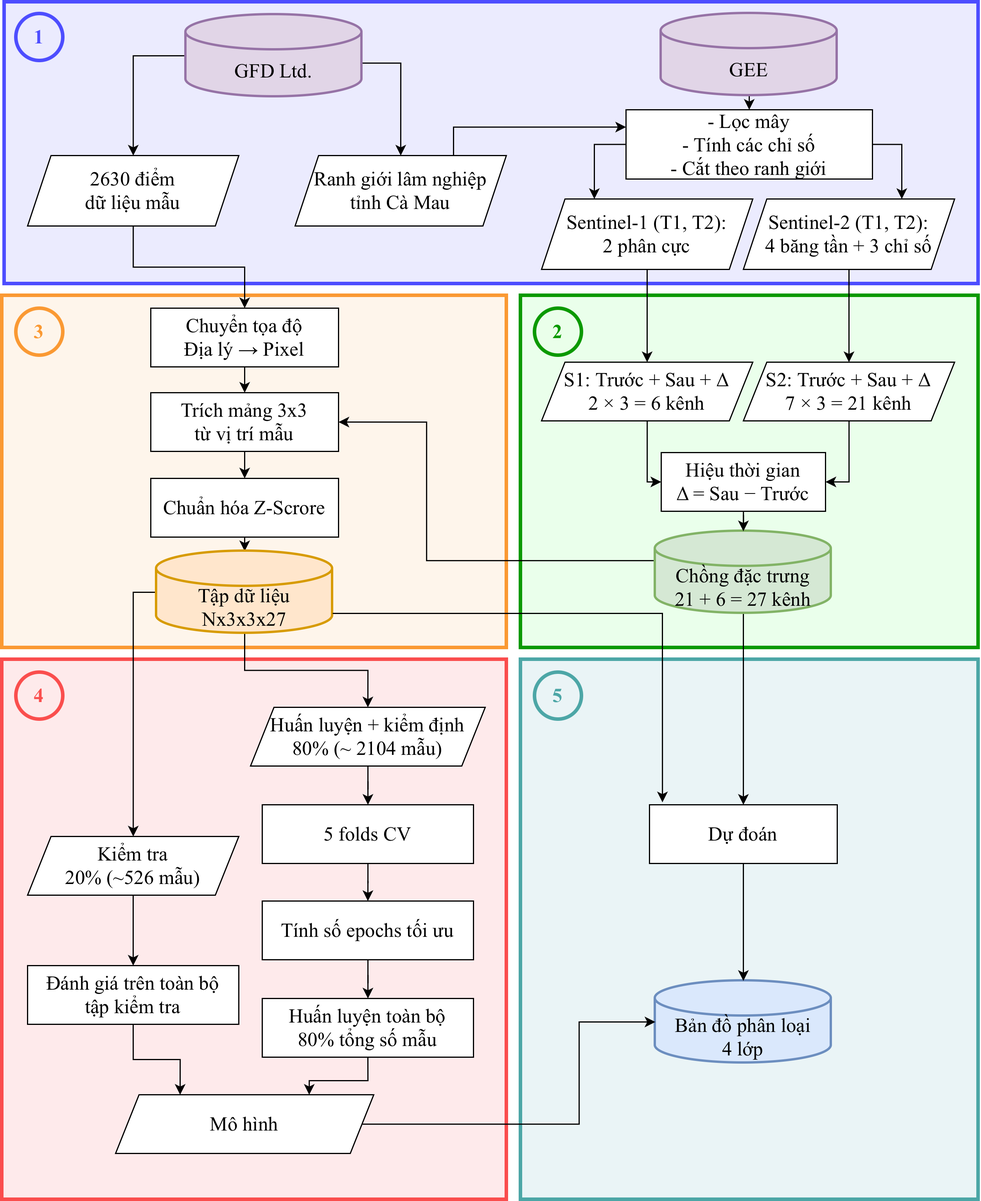
The draw.io diagram Bao-cao-thu-tap/img/chapter2/flowchart.png in ninhhaidang/ForestMonitoring-CaMau, before a commit. Source tidied: cells renumbered, new cells last; positions are measured from the earlier drawing's top-left corner, leaving out a move shared by most shapes.
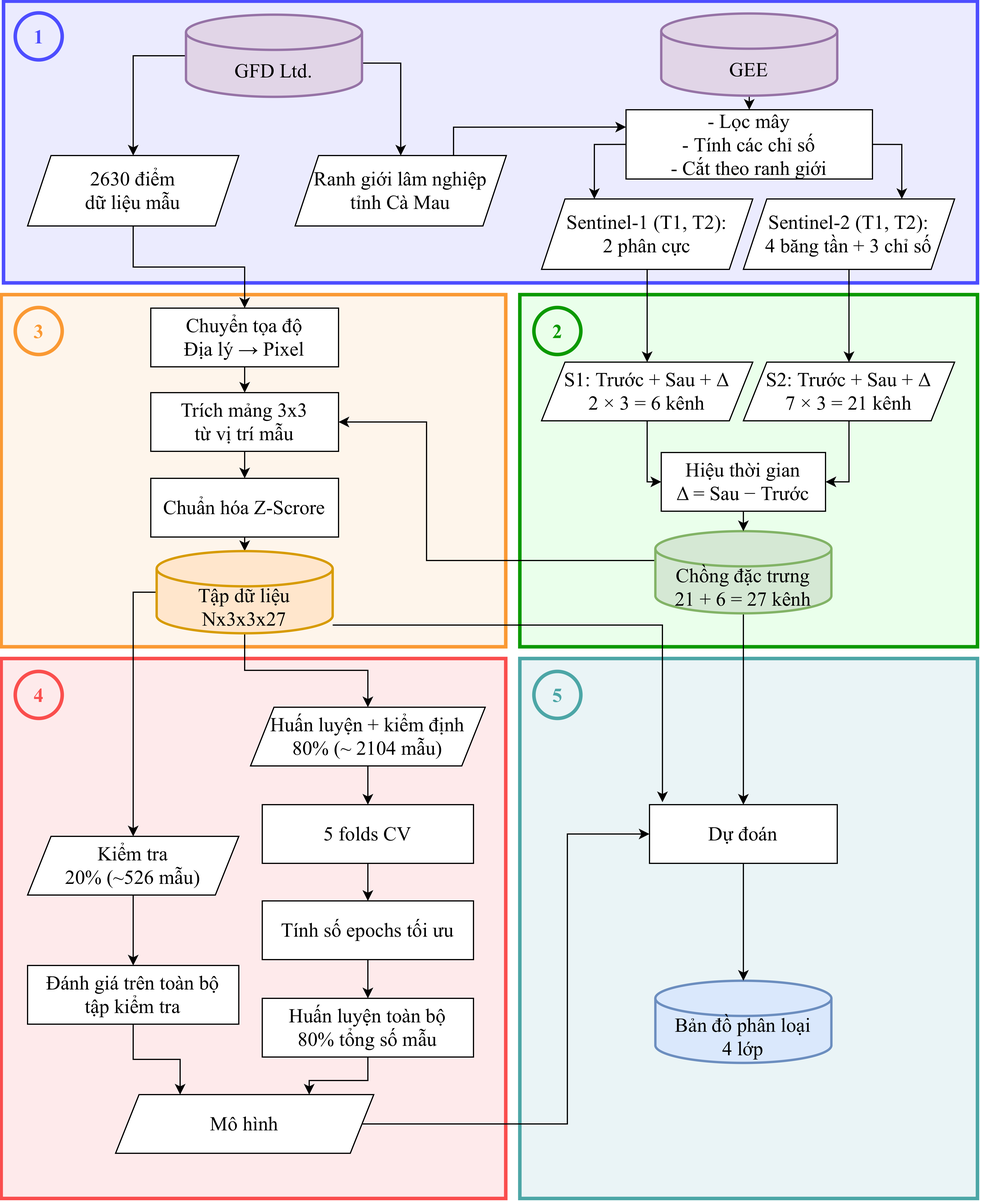
The same diagram one commit later.

Change to the diagram source:
```diff
@@ -178,7 +178,7 @@
     <mxCell id="56" style="edgeStyle=orthogonalEdgeStyle;rounded=0;jettySize=auto;html=1;entryX=0.069;entryY=-0.042;entryDx=0;entryDy=0;entryPerimeter=0;fontFamily=Times New Roman;fontSize=17;" parent="1" edge="1" source="34" target="48">
       <mxGeometry relative="1" as="geometry">
         <Array as="points">
-          <mxPoint x="563" y="521" />
+          <mxPoint x="563" y="531" />
         </Array>
       </mxGeometry>
     </mxCell>
@@ -197,16 +197,16 @@
     <mxCell id="61" value="&lt;font&gt;&lt;b style=&quot;color: light-dark(rgb(76, 166, 166), rgb(237, 237, 237));&quot;&gt;5&lt;/b&gt;&lt;/font&gt;" style="ellipse;whiteSpace=wrap;html=1;fillColor=#EAF4F6;strokeColor=#4CA6A6;strokeWidth=3;gradientColor=none;fontFamily=Times New Roman;fontSize=17;" parent="1" vertex="1">
       <mxGeometry x="454" y="571" width="40" height="40" as="geometry" />
     </mxCell>
+    <mxCell id="64" style="edgeStyle=orthogonalEdgeStyle;rounded=0;jettySize=auto;html=1;entryX=0;entryY=0.5;entryDx=0;entryDy=0;" parent="1" edge="1" source="62" target="48">
+      <mxGeometry relative="1" as="geometry">
+        <Array as="points">
+          <mxPoint x="482" y="956" />
+          <mxPoint x="482" y="709" />
+        </Array>
+      </mxGeometry>
+    </mxCell>
     <mxCell id="62" value="&lt;div style=&quot;orphans: 2; widows: 2;&quot;&gt;&lt;span style=&quot;text-wrap-mode: nowrap;&quot;&gt;Mô hình&lt;/span&gt;&lt;/div&gt;" style="shape=parallelogram;perimeter=parallelogramPerimeter;whiteSpace=wrap;html=1;fixedSize=1;fontFamily=Times New Roman;fontSize=17;" parent="1" vertex="1">
       <mxGeometry x="97" y="931" width="220" height="50" as="geometry" />
     </mxCell>
-    <mxCell id="63" style="edgeStyle=orthogonalEdgeStyle;rounded=0;jettySize=auto;html=1;entryX=0;entryY=0.5;entryDx=0;entryDy=0;entryPerimeter=0;" parent="1" edge="1" source="62" target="47">
-      <mxGeometry relative="1" as="geometry">
-        <Array as="points">
-          <mxPoint x="492" y="956" />
-          <mxPoint x="492" y="869" />
-        </Array>
-      </mxGeometry>
-    </mxCell>
   </root>
 </mxGraphModel>
```
